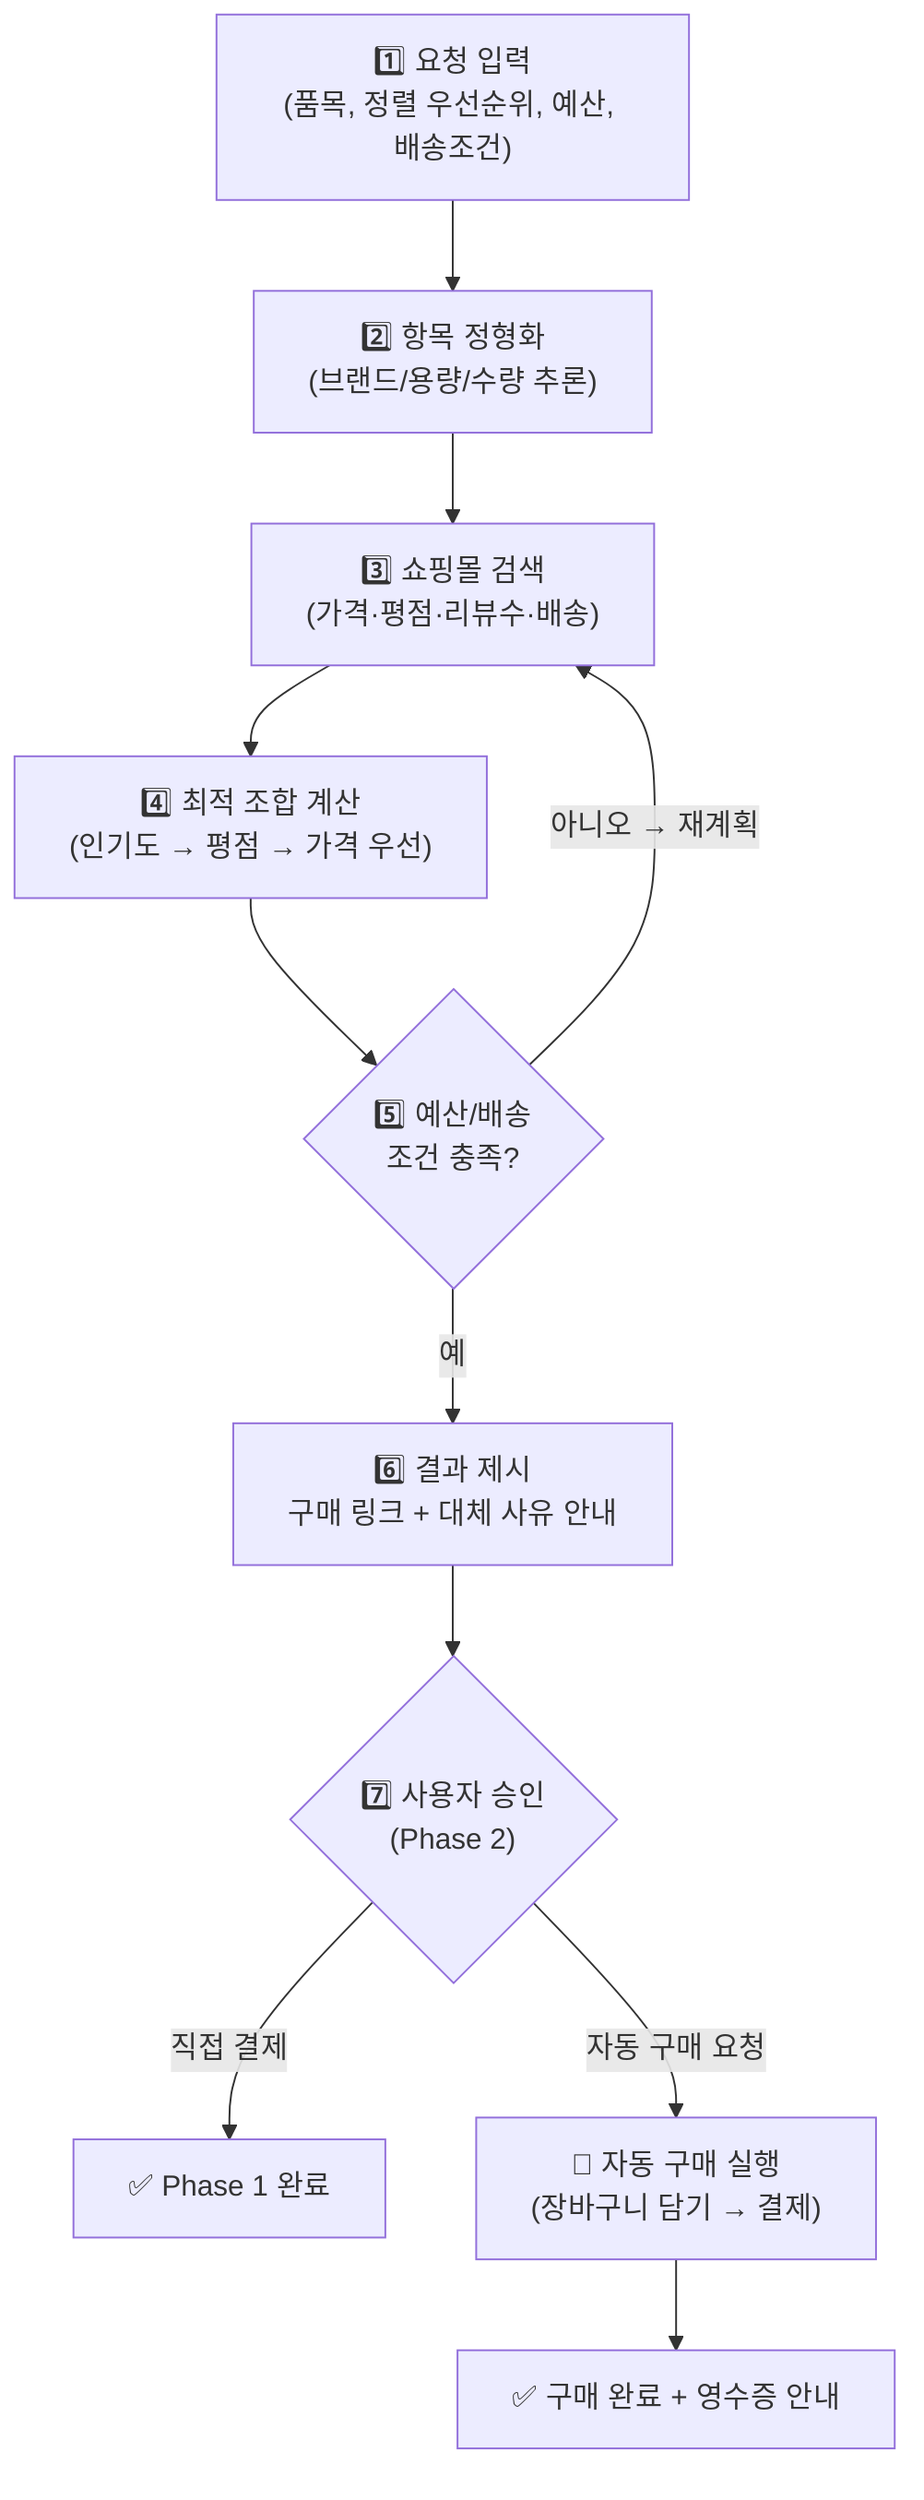
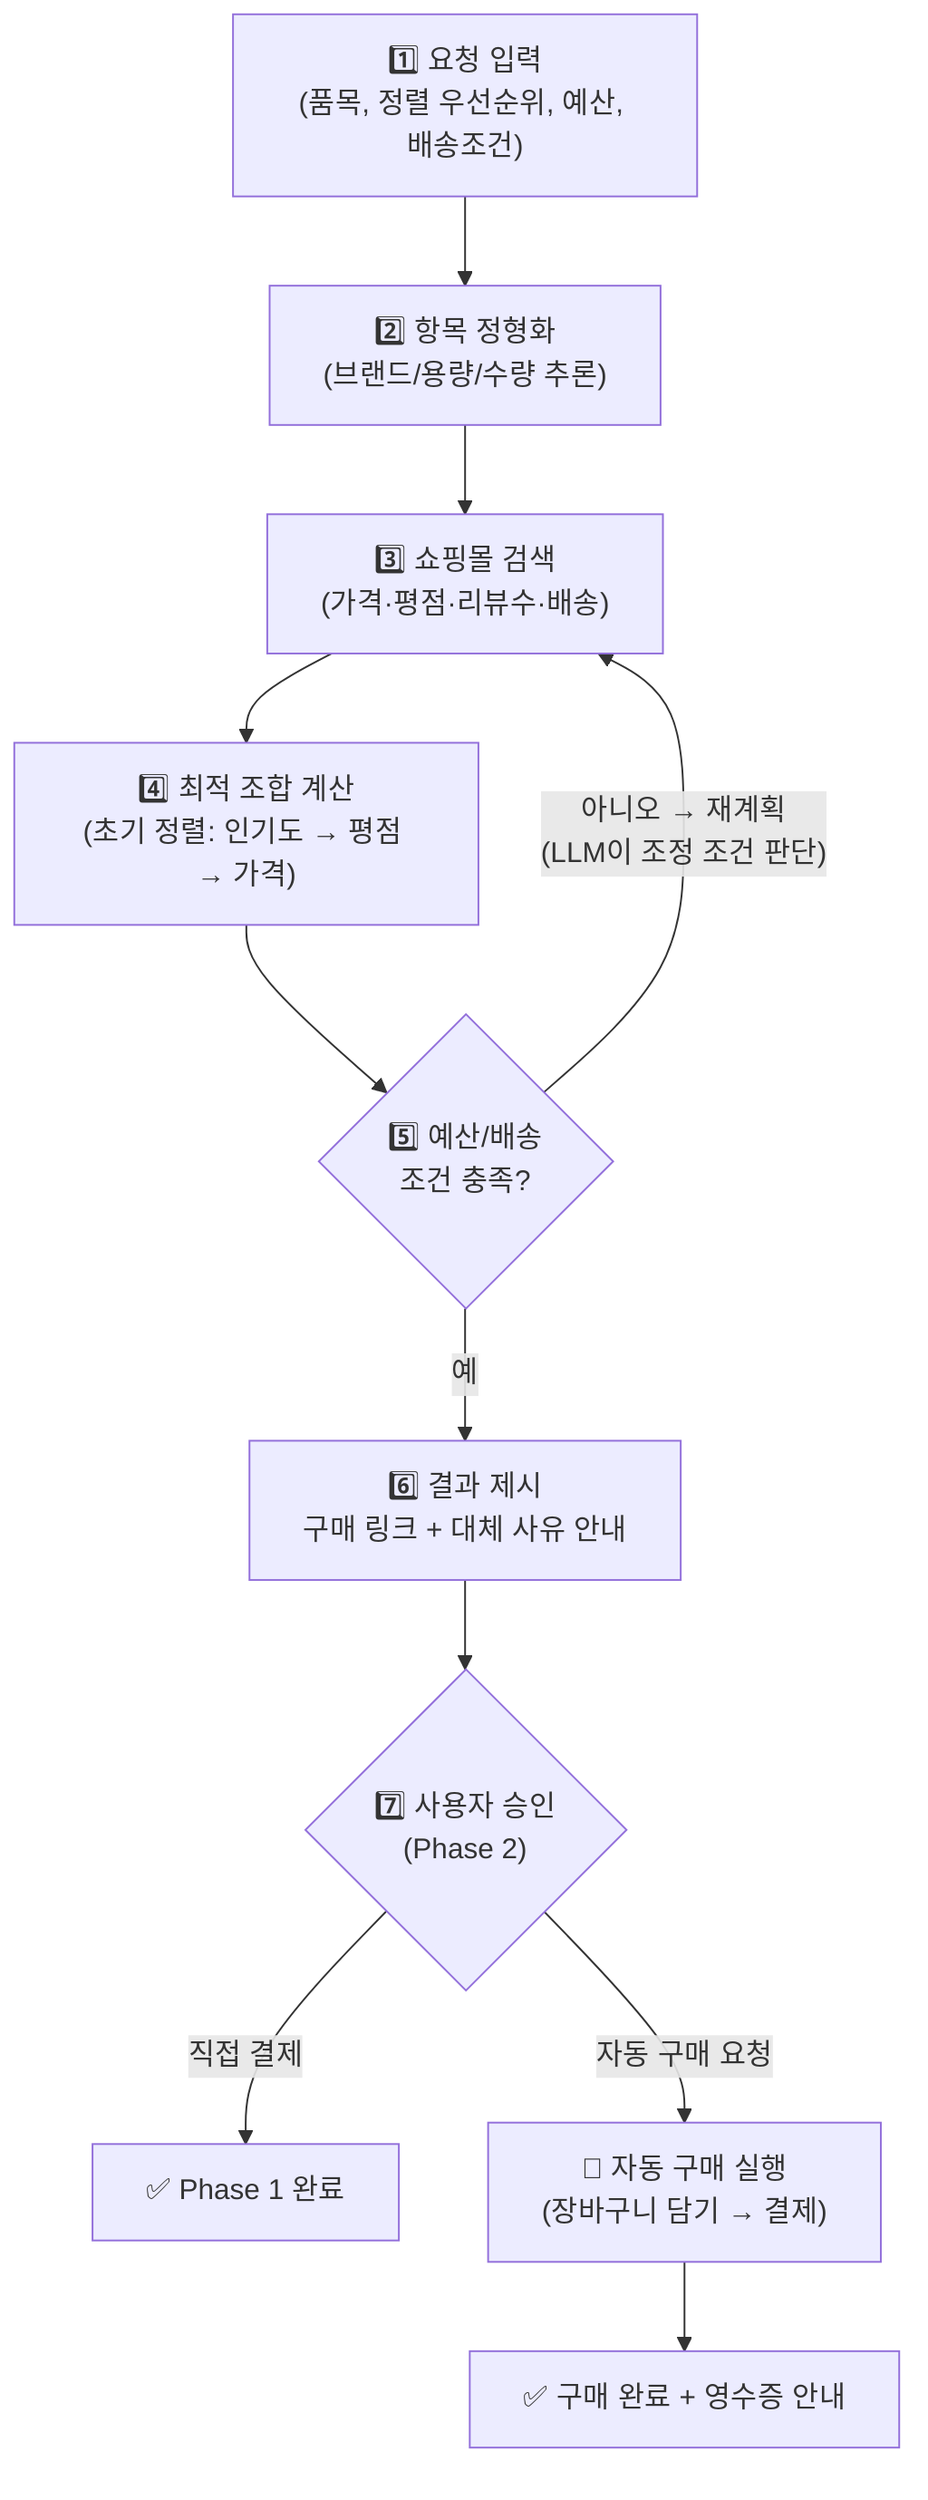
flowchart TD
    A["1️⃣ 요청 입력<br/>(품목, 정렬 우선순위, 예산, 배송조건)"] --> B["2️⃣ 항목 정형화<br/>(브랜드/용량/수량 추론)"]
    B --> C["3️⃣ 쇼핑몰 검색<br/>(가격·평점·리뷰수·배송)"]
-     C --> D["4️⃣ 최적 조합 계산<br/>(인기도 → 평점 → 가격 우선)"]
+     C --> D["4️⃣ 최적 조합 계산<br/>(초기 정렬: 인기도 → 평점 → 가격)"]
    D --> E{"5️⃣ 예산/배송<br/>조건 충족?"}
-     E -- "아니오 → 재계획" --> C
+     E -- "아니오 → 재계획<br/>(LLM이 조정 조건 판단)" --> C
    E -- "예" --> F["6️⃣ 결과 제시<br/>구매 링크 + 대체 사유 안내"]
    F --> G{"7️⃣ 사용자 승인<br/>(Phase 2)"}
    G -- "직접 결제" --> H["✅ Phase 1 완료"]
    G -- "자동 구매 요청" --> I["🤖 자동 구매 실행<br/>(장바구니 담기 → 결제)"]
    I --> J["✅ 구매 완료 + 영수증 안내"]
